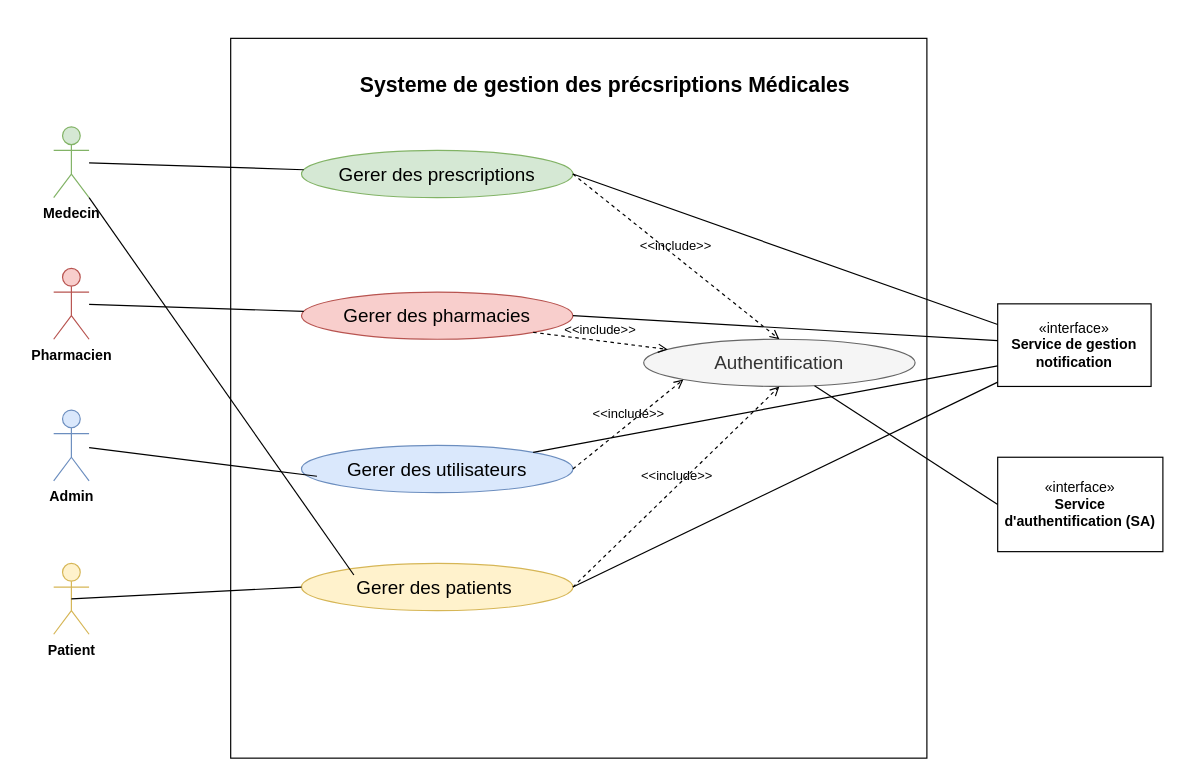
Above: Use case_diagram/Global useCase diagram.drawio in siwar630/Conception-pfe (draw.io), before the change. Source tidied: cells renumbered, new cells numbered last; positions are measured from the earlier drawing's top-left corner, leaving out a move shared by most shapes. Both pictures are drawn from the tidied source at 118%, with x=0, y=0 at pixel (53, 38).
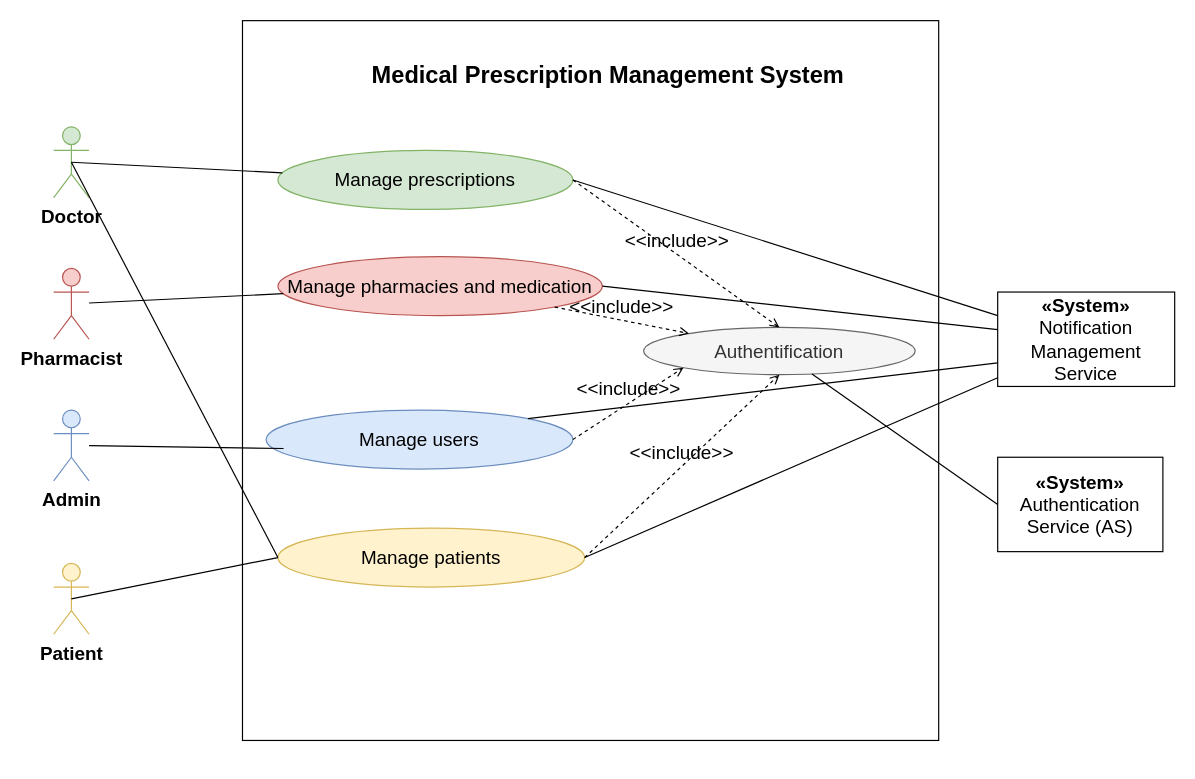
Above is the later version.

What changed in the source:
```diff
@@
-    <mxCell id="2" style="html=1;whiteSpace=wrap;" parent="1" vertex="1">
-      <mxGeometry x="150" width="590" height="610" as="geometry" />
+    <mxCell id="2" style="html=1;whiteSpace=wrap;fontSize=16;" parent="1" vertex="1">
+      <mxGeometry x="160" y="-15" width="590" height="610" as="geometry" />
     </mxCell>
-    <mxCell id="3" value="&lt;b&gt;&lt;font style=&quot;font-size: 18px;&quot;&gt;Systeme de gestion des précsriptions Médicales&amp;nbsp;&lt;/font&gt;&lt;/b&gt;" style="text;html=1;align=center;verticalAlign=middle;whiteSpace=wrap;rounded=0;" parent="1" vertex="1">
-      <mxGeometry x="250" y="25" width="440" height="30" as="geometry" />
+    <mxCell id="3" value="&lt;span style=&quot;text-align: left;&quot;&gt;&lt;font style=&quot;font-size: 20px;&quot;&gt;&lt;b&gt;Medical Prescription Management System&lt;/b&gt;&lt;/font&gt;&lt;/span&gt;" style="text;html=1;align=center;verticalAlign=middle;whiteSpace=wrap;rounded=0;fontSize=16;" parent="1" vertex="1">
+      <mxGeometry x="250" y="15" width="440" height="30" as="geometry" />
     </mxCell>
-    <mxCell id="4" value="&lt;b&gt;Medecin&lt;/b&gt;" style="shape=umlActor;verticalLabelPosition=bottom;verticalAlign=top;html=1;outlineConnect=0;fillColor=#d5e8d4;strokeColor=#82b366;" parent="1" vertex="1">
+    <mxCell id="4" value="&lt;span style=&quot;text-align: left; text-wrap-mode: wrap;&quot;&gt;Doctor&lt;/span&gt;" style="shape=umlActor;verticalLabelPosition=bottom;verticalAlign=top;html=1;outlineConnect=0;fillColor=#d5e8d4;strokeColor=#82b366;fontSize=16;fontStyle=1;" parent="1" vertex="1">
       <mxGeometry y="75" width="30" height="60" as="geometry" />
     </mxCell>
-    <mxCell id="5" value="&lt;b&gt;Pharmacien&lt;/b&gt;" style="shape=umlActor;verticalLabelPosition=bottom;verticalAlign=top;html=1;outlineConnect=0;fillColor=#f8cecc;strokeColor=#b85450;" parent="1" vertex="1">
+    <mxCell id="5" value="&lt;span style=&quot;text-align: left; text-wrap-mode: wrap;&quot;&gt;&lt;b&gt;Pharmacist&lt;/b&gt;&lt;/span&gt;" style="shape=umlActor;verticalLabelPosition=bottom;verticalAlign=top;html=1;outlineConnect=0;fillColor=#f8cecc;strokeColor=#b85450;fontSize=16;" parent="1" vertex="1">
       <mxGeometry y="195" width="30" height="60" as="geometry" />
     </mxCell>
-    <mxCell id="6" value="&lt;b&gt;Patient&lt;/b&gt;" style="shape=umlActor;verticalLabelPosition=bottom;verticalAlign=top;html=1;outlineConnect=0;fillColor=#fff2cc;strokeColor=#d6b656;" parent="1" vertex="1">
+    <mxCell id="6" value="&lt;b&gt;Patient&lt;/b&gt;" style="shape=umlActor;verticalLabelPosition=bottom;verticalAlign=top;html=1;outlineConnect=0;fillColor=#fff2cc;strokeColor=#d6b656;fontSize=16;" parent="1" vertex="1">
       <mxGeometry y="445" width="30" height="60" as="geometry" />
     </mxCell>
-    <mxCell id="7" value="«interface»&lt;br&gt;&lt;b&gt;Service de gestion notification&lt;/b&gt;" style="html=1;whiteSpace=wrap;" parent="1" vertex="1">
-      <mxGeometry x="800" y="225" width="130" height="70" as="geometry" />
+    <mxCell id="7" value="&lt;b&gt;«System»&lt;br&gt;&lt;/b&gt;&lt;span style=&quot;text-align: left;&quot;&gt;Notification Management Service&lt;/span&gt;" style="html=1;whiteSpace=wrap;fontSize=16;" parent="1" vertex="1">
+      <mxGeometry x="800" y="215" width="150" height="80" as="geometry" />
     </mxCell>
-    <mxCell id="8" value="&lt;font style=&quot;font-size: 16px;&quot;&gt;Gerer des prescriptions&lt;/font&gt;" style="ellipse;whiteSpace=wrap;html=1;align=center;fillColor=#d5e8d4;strokeColor=#82b366;" parent="1" vertex="1">
-      <mxGeometry x="210" y="95" width="230" height="40" as="geometry" />
+    <mxCell id="8" value="&lt;span style=&quot;text-align: left;&quot;&gt;Manage prescriptions&lt;/span&gt;" style="ellipse;whiteSpace=wrap;html=1;align=center;fillColor=#d5e8d4;strokeColor=#82b366;fontSize=16;" parent="1" vertex="1">
+      <mxGeometry x="190" y="95" width="250" height="50" as="geometry" />
     </mxCell>
-    <mxCell id="9" value="&lt;span style=&quot;font-size: 16px;&quot;&gt;Gerer des pha&lt;/span&gt;&lt;span style=&quot;font-size: 16px;&quot;&gt;rmacies&lt;/span&gt;" style="ellipse;whiteSpace=wrap;html=1;align=center;fillColor=#f8cecc;strokeColor=#b85450;" parent="1" vertex="1">
-      <mxGeometry x="210" y="215" width="230" height="40" as="geometry" />
+    <mxCell id="9" value="&lt;span style=&quot;text-align: left;&quot;&gt;Manage pharmacies and medication&lt;/span&gt;" style="ellipse;whiteSpace=wrap;html=1;align=center;fillColor=#f8cecc;strokeColor=#b85450;fontSize=16;" parent="1" vertex="1">
+      <mxGeometry x="190" y="185" width="275" height="50" as="geometry" />
     </mxCell>
-    <mxCell id="10" value="&lt;span style=&quot;font-size: 16px;&quot;&gt;Gerer des utilisateurs&lt;/span&gt;" style="ellipse;whiteSpace=wrap;html=1;align=center;fillColor=#dae8fc;strokeColor=#6c8ebf;" parent="1" vertex="1">
-      <mxGeometry x="210" y="345" width="230" height="40" as="geometry" />
+    <mxCell id="10" value="&lt;span style=&quot;text-align: left;&quot;&gt;Manage users&lt;/span&gt;" style="ellipse;whiteSpace=wrap;html=1;align=center;fillColor=#dae8fc;strokeColor=#6c8ebf;fontSize=16;" parent="1" vertex="1">
+      <mxGeometry x="180" y="315" width="260" height="50" as="geometry" />
     </mxCell>
-    <mxCell id="11" value="&lt;span style=&quot;font-size: 16px;&quot;&gt;Gerer des patients&amp;nbsp;&lt;/span&gt;" style="ellipse;whiteSpace=wrap;html=1;align=center;fillColor=#fff2cc;strokeColor=#d6b656;" parent="1" vertex="1">
-      <mxGeometry x="210" y="445" width="230" height="40" as="geometry" />
+    <mxCell id="11" value="&lt;span style=&quot;text-align: left;&quot;&gt;Manage patients&lt;/span&gt;" style="ellipse;whiteSpace=wrap;html=1;align=center;fillColor=#fff2cc;strokeColor=#d6b656;fontSize=16;" parent="1" vertex="1">
+      <mxGeometry x="190" y="415" width="260" height="50" as="geometry" />
     </mxCell>
-    <mxCell id="12" value="&lt;span style=&quot;font-size: 16px;&quot;&gt;Authentification&lt;/span&gt;" style="ellipse;whiteSpace=wrap;html=1;align=center;fillColor=#f5f5f5;fontColor=#333333;strokeColor=#666666;" parent="1" vertex="1">
-      <mxGeometry x="500" y="255" width="230" height="40" as="geometry" />
+    <mxCell id="12" value="&lt;span&gt;Authentification&lt;/span&gt;" style="ellipse;whiteSpace=wrap;html=1;align=center;fillColor=#f5f5f5;fontColor=#333333;strokeColor=#666666;fontSize=16;" parent="1" vertex="1">
+      <mxGeometry x="500" y="245" width="230" height="40" as="geometry" />
     </mxCell>
-    <mxCell id="13" value="«interface»&lt;br&gt;&lt;b&gt;Service d'authentification (SA)&lt;/b&gt;" style="html=1;whiteSpace=wrap;" parent="1" vertex="1">
+    <mxCell id="13" value="&lt;b&gt;«System»&lt;br&gt;&lt;/b&gt;&lt;span style=&quot;text-align: left;&quot;&gt;Authentication Service (AS)&lt;/span&gt;" style="html=1;whiteSpace=wrap;fontSize=16;" parent="1" vertex="1">
       <mxGeometry x="800" y="355" width="140" height="80" as="geometry" />
     </mxCell>
-    <mxCell id="14" value="&lt;b&gt;Admin&lt;/b&gt;" style="shape=umlActor;verticalLabelPosition=bottom;verticalAlign=top;html=1;outlineConnect=0;fillColor=#dae8fc;strokeColor=#6c8ebf;" parent="1" vertex="1">
+    <mxCell id="14" value="&lt;b&gt;Admin&lt;/b&gt;" style="shape=umlActor;verticalLabelPosition=bottom;verticalAlign=top;html=1;outlineConnect=0;fillColor=#dae8fc;strokeColor=#6c8ebf;fontSize=16;" parent="1" vertex="1">
       <mxGeometry y="315" width="30" height="60" as="geometry" />
     </mxCell>
-    <mxCell id="15" style="endArrow=none;html=1;rounded=0;" parent="1" edge="1" source="4" target="8">
+    <mxCell id="15" style="endArrow=none;html=1;rounded=0;exitX=0.5;exitY=0.5;exitDx=0;exitDy=0;exitPerimeter=0;fontSize=16;" parent="1" edge="1" source="4" target="8">
       <mxGeometry relative="1" as="geometry" />
     </mxCell>
-    <mxCell id="16" style="endArrow=none;html=1;rounded=0;" parent="1" edge="1" source="5" target="9">
+    <mxCell id="16" style="endArrow=none;html=1;rounded=0;fontSize=16;" parent="1" edge="1" source="5" target="9">
       <mxGeometry relative="1" as="geometry" />
     </mxCell>
-    <mxCell id="17" style="endArrow=none;html=1;rounded=0;entryX=0.057;entryY=0.652;entryDx=0;entryDy=0;entryPerimeter=0;" parent="1" edge="1" source="14" target="10">
+    <mxCell id="17" style="endArrow=none;html=1;rounded=0;entryX=0.057;entryY=0.652;entryDx=0;entryDy=0;entryPerimeter=0;fontSize=16;" parent="1" edge="1" source="14" target="10">
       <mxGeometry relative="1" as="geometry" />
     </mxCell>
-    <mxCell id="18" style="endArrow=none;html=1;rounded=0;exitX=0.5;exitY=0.5;exitDx=0;exitDy=0;exitPerimeter=0;entryX=0;entryY=0.5;entryDx=0;entryDy=0;" parent="1" edge="1" source="6" target="11">
+    <mxCell id="18" style="endArrow=none;html=1;rounded=0;exitX=0.5;exitY=0.5;exitDx=0;exitDy=0;exitPerimeter=0;entryX=0;entryY=0.5;entryDx=0;entryDy=0;fontSize=16;" parent="1" edge="1" source="6" target="11">
       <mxGeometry relative="1" as="geometry" />
     </mxCell>
-    <mxCell id="19" style="endArrow=none;html=1;rounded=0;exitX=1;exitY=1;exitDx=0;exitDy=0;exitPerimeter=0;entryX=0.193;entryY=0.245;entryDx=0;entryDy=0;entryPerimeter=0;" parent="1" edge="1" source="4" target="11">
+    <mxCell id="19" style="endArrow=none;html=1;rounded=0;entryX=0;entryY=0.5;entryDx=0;entryDy=0;exitX=0.5;exitY=0.5;exitDx=0;exitDy=0;exitPerimeter=0;fontSize=16;" parent="1" edge="1" source="4" target="11">
       <mxGeometry relative="1" as="geometry" />
     </mxCell>
-    <mxCell id="20" value="&amp;lt;&amp;lt;include&amp;gt;&amp;gt;" style="edgeStyle=none;html=1;endArrow=open;verticalAlign=bottom;dashed=1;labelBackgroundColor=none;rounded=0;exitX=1;exitY=0.5;exitDx=0;exitDy=0;entryX=0.5;entryY=0;entryDx=0;entryDy=0;" parent="1" edge="1" source="8" target="12">
+    <mxCell id="20" value="&amp;lt;&amp;lt;include&amp;gt;&amp;gt;" style="edgeStyle=none;html=1;endArrow=open;verticalAlign=bottom;dashed=1;labelBackgroundColor=none;rounded=0;exitX=1;exitY=0.5;exitDx=0;exitDy=0;entryX=0.5;entryY=0;entryDx=0;entryDy=0;fontSize=16;" parent="1" edge="1" source="8" target="12">
       <mxGeometry relative="1" as="geometry" />
     </mxCell>
-    <mxCell id="21" value="&amp;lt;&amp;lt;include&amp;gt;&amp;gt;" style="edgeStyle=none;html=1;endArrow=open;verticalAlign=bottom;dashed=1;labelBackgroundColor=none;rounded=0;exitX=1;exitY=1;exitDx=0;exitDy=0;" parent="1" edge="1" source="9" target="12">
+    <mxCell id="21" value="&amp;lt;&amp;lt;include&amp;gt;&amp;gt;" style="edgeStyle=none;html=1;endArrow=open;verticalAlign=bottom;dashed=1;labelBackgroundColor=none;rounded=0;exitX=1;exitY=1;exitDx=0;exitDy=0;fontSize=16;" parent="1" edge="1" source="9" target="12">
       <mxGeometry relative="1" as="geometry" />
     </mxCell>
-    <mxCell id="22" value="&amp;lt;&amp;lt;include&amp;gt;&amp;gt;" style="edgeStyle=none;html=1;endArrow=open;verticalAlign=bottom;dashed=1;labelBackgroundColor=none;rounded=0;exitX=1;exitY=0.5;exitDx=0;exitDy=0;entryX=0;entryY=1;entryDx=0;entryDy=0;" parent="1" edge="1" source="10" target="12">
+    <mxCell id="22" value="&amp;lt;&amp;lt;include&amp;gt;&amp;gt;" style="edgeStyle=none;html=1;endArrow=open;verticalAlign=bottom;dashed=1;labelBackgroundColor=none;rounded=0;exitX=1;exitY=0.5;exitDx=0;exitDy=0;entryX=0;entryY=1;entryDx=0;entryDy=0;fontSize=16;" parent="1" edge="1" source="10" target="12">
       <mxGeometry relative="1" as="geometry" />
     </mxCell>
-    <mxCell id="23" value="&amp;lt;&amp;lt;include&amp;gt;&amp;gt;" style="edgeStyle=none;html=1;endArrow=open;verticalAlign=bottom;dashed=1;labelBackgroundColor=none;rounded=0;exitX=1;exitY=0.5;exitDx=0;exitDy=0;entryX=0.5;entryY=1;entryDx=0;entryDy=0;" parent="1" edge="1" source="11" target="12">
+    <mxCell id="23" value="&amp;lt;&amp;lt;include&amp;gt;&amp;gt;" style="edgeStyle=none;html=1;endArrow=open;verticalAlign=bottom;dashed=1;labelBackgroundColor=none;rounded=0;exitX=1;exitY=0.5;exitDx=0;exitDy=0;entryX=0.5;entryY=1;entryDx=0;entryDy=0;fontSize=16;" parent="1" edge="1" source="11" target="12">
       <mxGeometry relative="1" as="geometry" />
     </mxCell>
-    <mxCell id="24" style="edgeStyle=none;html=1;endArrow=none;verticalAlign=bottom;rounded=0;entryX=0;entryY=0.5;entryDx=0;entryDy=0;" parent="1" edge="1" source="12" target="13">
+    <mxCell id="24" style="edgeStyle=none;html=1;endArrow=none;verticalAlign=bottom;rounded=0;entryX=0;entryY=0.5;entryDx=0;entryDy=0;fontSize=16;" parent="1" edge="1" source="12" target="13">
       <mxGeometry relative="1" as="geometry" />
     </mxCell>
-    <mxCell id="25" style="edgeStyle=none;html=1;endArrow=none;verticalAlign=bottom;rounded=0;exitX=1;exitY=0;exitDx=0;exitDy=0;entryX=0;entryY=0.75;entryDx=0;entryDy=0;" parent="1" edge="1" source="10" target="7">
+    <mxCell id="25" style="edgeStyle=none;html=1;endArrow=none;verticalAlign=bottom;rounded=0;exitX=1;exitY=0;exitDx=0;exitDy=0;entryX=0;entryY=0.75;entryDx=0;entryDy=0;fontSize=16;" parent="1" edge="1" source="10" target="7">
       <mxGeometry relative="1" as="geometry" />
     </mxCell>
-    <mxCell id="26" style="edgeStyle=none;html=1;endArrow=none;verticalAlign=bottom;rounded=0;exitX=1;exitY=0.5;exitDx=0;exitDy=0;" parent="1" edge="1" source="11" target="7">
+    <mxCell id="26" style="edgeStyle=none;html=1;endArrow=none;verticalAlign=bottom;rounded=0;exitX=1;exitY=0.5;exitDx=0;exitDy=0;fontSize=16;" parent="1" edge="1" source="11" target="7">
       <mxGeometry relative="1" as="geometry" />
     </mxCell>
-    <mxCell id="27" style="edgeStyle=none;html=1;endArrow=none;verticalAlign=bottom;rounded=0;exitX=1;exitY=0.5;exitDx=0;exitDy=0;" parent="1" edge="1" source="9" target="7">
+    <mxCell id="27" style="edgeStyle=none;html=1;endArrow=none;verticalAlign=bottom;rounded=0;exitX=1;exitY=0.5;exitDx=0;exitDy=0;fontSize=16;" parent="1" edge="1" source="9" target="7">
       <mxGeometry relative="1" as="geometry" />
     </mxCell>
-    <mxCell id="28" style="edgeStyle=none;html=1;endArrow=none;verticalAlign=bottom;rounded=0;exitX=1;exitY=0.5;exitDx=0;exitDy=0;entryX=0;entryY=0.25;entryDx=0;entryDy=0;" parent="1" edge="1" source="8" target="7">
+    <mxCell id="28" style="edgeStyle=none;html=1;endArrow=none;verticalAlign=bottom;rounded=0;exitX=1;exitY=0.5;exitDx=0;exitDy=0;entryX=0;entryY=0.25;entryDx=0;entryDy=0;fontSize=16;" parent="1" edge="1" source="8" target="7">
       <mxGeometry relative="1" as="geometry" />
     </mxCell>
```
